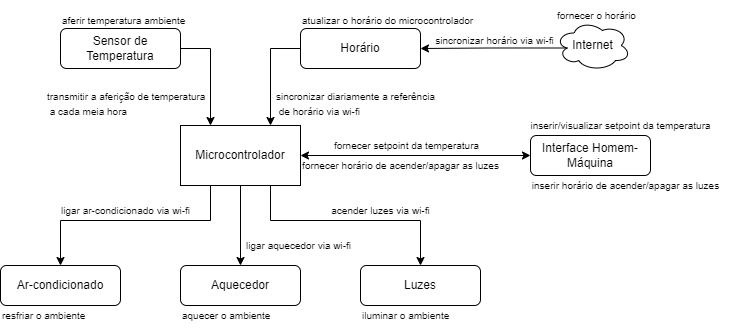
Before: 2022.2/KeePet_Comfort/KeePet_Comfort_Block_Diagram.png, a diagram exported from draw.io (vm-bertini/ea075-2023.1). Source tidied: cells renumbered, new cells last; positions are measured from the earlier drawing's top-left corner, leaving out a move shared by most shapes.
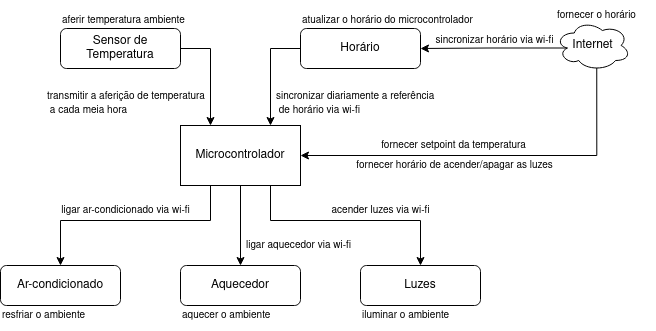
After the change.

What changed in the source:
```diff
@@ -87,23 +87,18 @@
     <mxCell id="26" value="&lt;font style=&quot;font-size: 10px;&quot;&gt;iluminar o ambiente&lt;/font&gt;" style="text;html=1;align=left;verticalAlign=middle;strokeColor=none;fillColor=none;" parent="1" vertex="1">
       <mxGeometry x="360" y="300" width="110" height="30" as="geometry" />
     </mxCell>
-    <mxCell id="27" style="edgeStyle=orthogonalEdgeStyle;rounded=0;jettySize=auto;html=1;entryX=1;entryY=0.5;entryDx=0;entryDy=0;fontSize=10;startArrow=classic;startFill=1;" parent="1" edge="1" source="28" target="7">
-      <mxGeometry relative="1" as="geometry" />
+    <mxCell id="27" style="edgeStyle=orthogonalEdgeStyle;rounded=0;jettySize=auto;html=1;entryX=1;entryY=0.5;entryDx=0;entryDy=0;fontSize=10;startArrow=none;startFill=0;endArrow=classic;endFill=1;exitX=0.55;exitY=0.95;exitDx=0;exitDy=0;exitPerimeter=0;" parent="1" edge="1" source="9" target="7">
+      <mxGeometry relative="1" as="geometry">
+        <Array as="points">
+          <mxPoint x="596" y="155" />
+        </Array>
+      </mxGeometry>
     </mxCell>
-    <mxCell id="28" value="Interface Homem-Máquina" style="rounded=1;whiteSpace=wrap;html=1;fontSize=12;glass=0;strokeWidth=1;shadow=0;" parent="1" vertex="1">
-      <mxGeometry x="530" y="135" width="120" height="40" as="geometry" />
-    </mxCell>
-    <mxCell id="29" value="&lt;font style=&quot;font-size: 10px;&quot;&gt;inserir/visualizar setpoint da temperatura&lt;/font&gt;" style="text;html=1;align=center;verticalAlign=middle;strokeColor=none;fillColor=none;" parent="1" vertex="1">
-      <mxGeometry x="520" y="110" width="200" height="30" as="geometry" />
-    </mxCell>
     <mxCell id="30" value="&lt;font style=&quot;font-size: 10px;&quot;&gt;fornecer setpoint da temperatura&lt;/font&gt;" style="text;html=1;align=center;verticalAlign=middle;strokeColor=none;fillColor=none;" parent="1" vertex="1">
-      <mxGeometry x="323" y="130" width="165" height="30" as="geometry" />
+      <mxGeometry x="370" y="130" width="165" height="30" as="geometry" />
     </mxCell>
-    <mxCell id="31" value="&lt;font style=&quot;font-size: 10px;&quot;&gt;inserir horário de acender/apagar as luzes&lt;/font&gt;" style="text;html=1;align=center;verticalAlign=middle;strokeColor=none;fillColor=none;" parent="1" vertex="1">
-      <mxGeometry x="520" y="170" width="210" height="30" as="geometry" />
-    </mxCell>
     <mxCell id="32" value="&lt;font style=&quot;font-size: 10px;&quot;&gt;fornecer horário de acender/apagar as luzes&lt;/font&gt;" style="text;html=1;align=center;verticalAlign=middle;strokeColor=none;fillColor=none;" parent="1" vertex="1">
-      <mxGeometry x="290" y="150" width="220" height="30" as="geometry" />
+      <mxGeometry x="344" y="150" width="220" height="30" as="geometry" />
     </mxCell>
   </root>
 </mxGraphModel>
```
